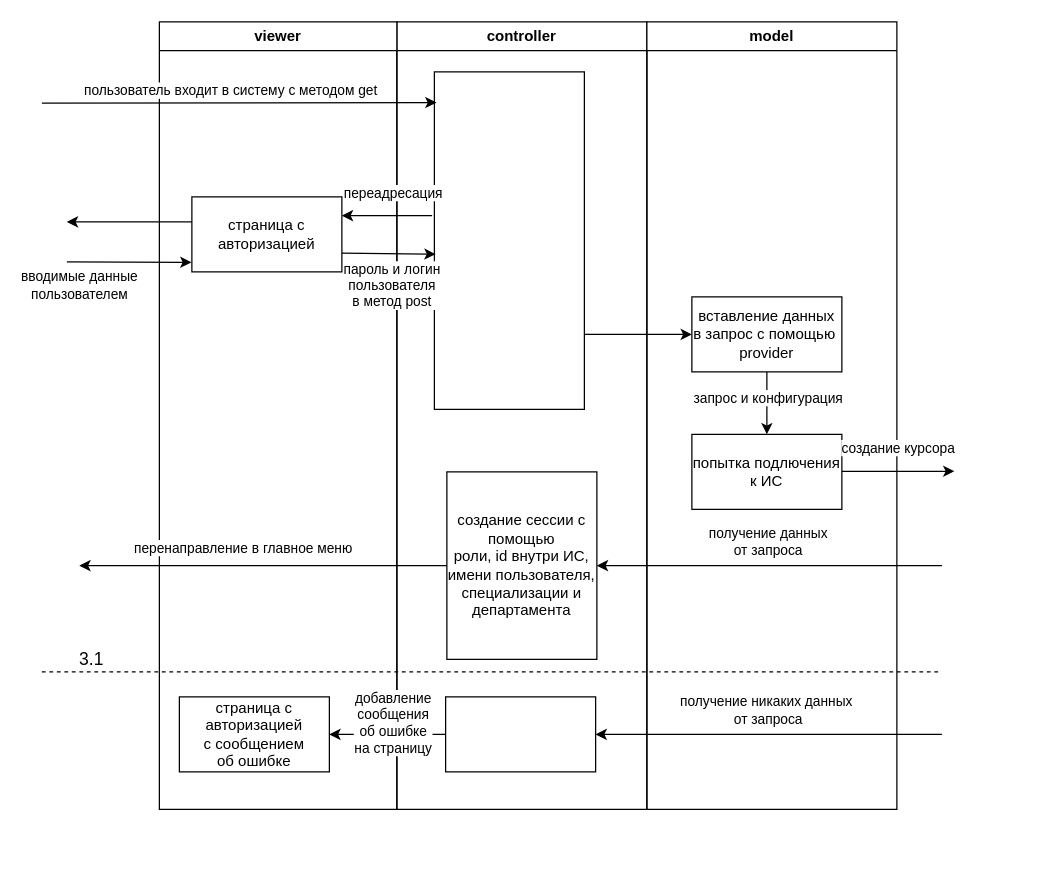
Before: мьс/авторизация.drawio in Kirpichikk/final_project, a draw.io diagram. Source tidied: cells renumbered, new cells numbered last; positions are measured from the earlier drawing's top-left corner, leaving out a move shared by most shapes. Both pictures are drawn from the tidied source at 125%, with x=0, y=0 at pixel (41, 21).
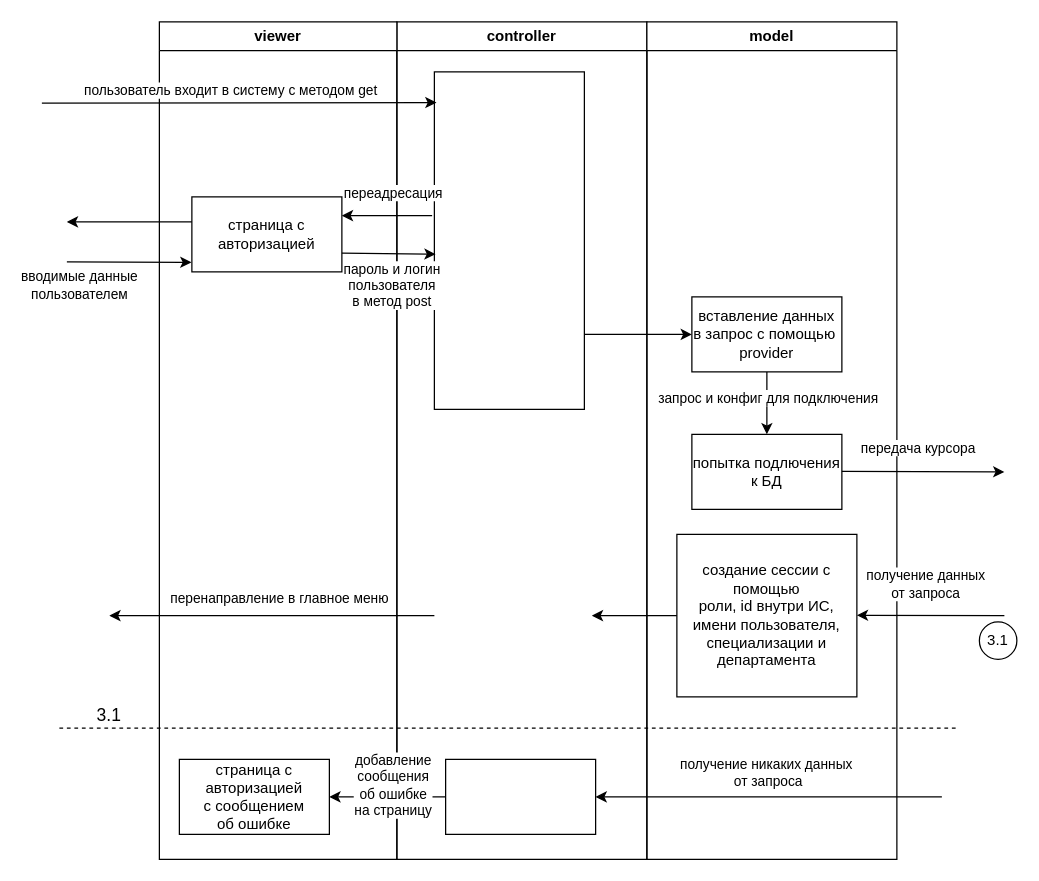
After the change.

Unchanged cells that the change refers to:
```xml
<mxCell id="22" style="endArrow=classic;html=1;rounded=0;exitX=0.5;exitY=1;exitDx=0;exitDy=0;" parent="19" edge="1" source="20" target="21">
  <mxGeometry relative="1" as="geometry" />
</mxCell>
```

What changed in the source:
```diff
@@
     <mxCell id="2" value="controller" style="swimlane;whiteSpace=wrap;html=1;" parent="1" vertex="1">
-      <mxGeometry x="284" width="200" height="630" as="geometry" />
+      <mxGeometry x="284" width="200" height="670" as="geometry" />
     </mxCell>
     <mxCell id="3" value="viewer" style="swimlane;whiteSpace=wrap;html=1;" parent="2" vertex="1">
-      <mxGeometry x="-190" width="190" height="630" as="geometry" />
+      <mxGeometry x="-190" width="190" height="670" as="geometry" />
     </mxCell>
@@
-    <mxCell id="6" value="страница с авторизацией&lt;br&gt;с сообщением&lt;br&gt;об ошибке" style="rounded=0;whiteSpace=wrap;html=1;" parent="3" vertex="1">
-      <mxGeometry x="16" y="540" width="120" height="60" as="geometry" />
-    </mxCell>
+    <mxCell id="34" style="endArrow=none;dashed=1;html=1;rounded=0;" parent="3" edge="1">
+      <mxGeometry relative="1" as="geometry">
+        <mxPoint x="-80" y="565" as="sourcePoint" />
+        <mxPoint x="640" y="565" as="targetPoint" />
+      </mxGeometry>
+    </mxCell>
+    <mxCell id="35" value="&lt;font style=&quot;font-size: 14px;&quot;&gt;3.1&lt;/font&gt;" style="text;html=1;align=center;verticalAlign=middle;whiteSpace=wrap;rounded=0;" parent="3" vertex="1">
+      <mxGeometry x="-70" y="540" width="60" height="30" as="geometry" />
+    </mxCell>
@@
-    <mxCell id="13" value="создание сессии с помощью&lt;br&gt;роли, id внутри ИС,&lt;br&gt;имени пользователя,&lt;br&gt;специализации и департамента" style="rounded=0;whiteSpace=wrap;html=1;" parent="2" vertex="1">
-      <mxGeometry x="40" y="360" width="120" height="150" as="geometry" />
-    </mxCell>
-    <mxCell id="14" style="rounded=0;whiteSpace=wrap;html=1;" parent="2" vertex="1">
-      <mxGeometry x="39" y="540" width="120" height="60" as="geometry" />
-    </mxCell>
     <mxCell id="15" style="endArrow=classic;html=1;rounded=0;entryX=1;entryY=0.5;entryDx=0;entryDy=0;" parent="2" edge="1" target="14">
       <mxGeometry relative="1" as="geometry">
-        <mxPoint x="436" y="570" as="sourcePoint" />
+        <mxPoint x="436" y="620" as="sourcePoint" />
       </mxGeometry>
     </mxCell>
@@
+    <mxCell id="14" style="rounded=0;whiteSpace=wrap;html=1;" parent="2" vertex="1">
+      <mxGeometry x="39" y="590" width="120" height="60" as="geometry" />
+    </mxCell>
@@
+    <mxCell id="6" value="страница с авторизацией&lt;br&gt;с сообщением&lt;br&gt;об ошибке" style="rounded=0;whiteSpace=wrap;html=1;" parent="2" vertex="1">
+      <mxGeometry x="-174" y="590" width="120" height="60" as="geometry" />
+    </mxCell>
+    <mxCell id="32" style="endArrow=classic;html=1;rounded=0;" parent="2" edge="1">
+      <mxGeometry relative="1" as="geometry">
+        <mxPoint x="30" y="475" as="sourcePoint" />
+        <mxPoint x="-230" y="475" as="targetPoint" />
+      </mxGeometry>
+    </mxCell>
+    <mxCell id="33" value="перенаправление в главное меню" style="edgeLabel;html=1;align=center;verticalAlign=middle;" parent="32" vertex="1">
+      <mxGeometry x="0.24" y="-1" relative="1" as="geometry">
+        <mxPoint x="36" y="-14" as="offset" />
+      </mxGeometry>
+    </mxCell>
     <mxCell id="19" value="model" style="swimlane;whiteSpace=wrap;html=1;" parent="1" vertex="1">
-      <mxGeometry x="484" width="200" height="630" as="geometry" />
+      <mxGeometry x="484" width="200" height="670" as="geometry" />
     </mxCell>
@@
-    <mxCell id="21" value="попытка подлючения&lt;br&gt;к ИС" style="rounded=0;whiteSpace=wrap;html=1;" parent="19" vertex="1">
+    <mxCell id="21" value="попытка подлючения&lt;br&gt;к БД" style="rounded=0;whiteSpace=wrap;html=1;" parent="19" vertex="1">
       <mxGeometry x="36" y="330" width="120" height="60" as="geometry" />
     </mxCell>
@@
-    <mxCell id="23" value="запрос и конфигурация" style="edgeLabel;html=1;align=center;verticalAlign=middle;" parent="22" vertex="1">
+    <mxCell id="23" value="запрос и конфиг для подключения" style="edgeLabel;html=1;align=center;verticalAlign=middle;" parent="22" vertex="1">
       <mxGeometry x="-0.13" relative="1" as="geometry">
         <mxPoint y="-2" as="offset" />
       </mxGeometry>
     </mxCell>
+    <mxCell id="13" value="создание сессии с помощью&lt;br&gt;роли, id внутри ИС,&lt;br&gt;имени пользователя,&lt;br&gt;специализации и департамента" style="rounded=0;whiteSpace=wrap;html=1;" parent="19" vertex="1">
+      <mxGeometry x="24" y="410" width="144" height="130" as="geometry" />
+    </mxCell>
@@
     <mxCell id="28" style="endArrow=classic;html=1;rounded=0;" parent="1" edge="1">
       <mxGeometry relative="1" as="geometry">
         <mxPoint x="640" y="359.5" as="sourcePoint" />
-        <mxPoint x="730" y="359.5" as="targetPoint" />
+        <mxPoint x="770" y="360" as="targetPoint" />
       </mxGeometry>
     </mxCell>
-    <mxCell id="29" value="создание курсора" style="edgeLabel;html=1;align=center;verticalAlign=middle;" parent="28" vertex="1">
+    <mxCell id="29" value="передача курсора" style="edgeLabel;html=1;align=center;verticalAlign=middle;" parent="28" vertex="1">
       <mxGeometry x="0.26" y="1" relative="1" as="geometry">
-        <mxPoint x="-13" y="-18" as="offset" />
+        <mxPoint x="-22" y="-18" as="offset" />
       </mxGeometry>
     </mxCell>
+    <mxCell id="36" value="3.1" style="ellipse;whiteSpace=wrap;html=1;" parent="1" vertex="1">
+      <mxGeometry x="750" y="480" width="30" height="30" as="geometry" />
+    </mxCell>
-    <mxCell id="30" style="endArrow=classic;html=1;rounded=0;entryX=1;entryY=0.5;entryDx=0;entryDy=0;" parent="1" edge="1" target="13">
+    <mxCell id="30" style="endArrow=classic;html=1;rounded=0;" parent="1" edge="1">
       <mxGeometry relative="1" as="geometry">
-        <mxPoint x="720" y="435" as="sourcePoint" />
+        <mxPoint x="770" y="475" as="sourcePoint" />
+        <mxPoint x="652" y="474.7" as="targetPoint" />
       </mxGeometry>
     </mxCell>
     <mxCell id="31" value="получение данных&lt;br&gt;от запроса" style="edgeLabel;html=1;align=center;verticalAlign=middle;" parent="30" vertex="1">
       <mxGeometry x="-0.4" y="-2" relative="1" as="geometry">
-        <mxPoint x="-57" y="-18" as="offset" />
+        <mxPoint x="-29" y="-23" as="offset" />
       </mxGeometry>
     </mxCell>
-    <mxCell id="32" style="endArrow=classic;html=1;rounded=0;exitX=0;exitY=0.5;exitDx=0;exitDy=0;" parent="1" edge="1" source="13">
-      <mxGeometry relative="1" as="geometry">
-        <mxPoint x="30" y="435" as="targetPoint" />
-      </mxGeometry>
-    </mxCell>
-    <mxCell id="33" value="перенаправление в главное меню" style="edgeLabel;html=1;align=center;verticalAlign=middle;" parent="32" vertex="1">
-      <mxGeometry x="0.24" y="-1" relative="1" as="geometry">
-        <mxPoint x="18" y="-14" as="offset" />
-      </mxGeometry>
-    </mxCell>
-    <mxCell id="34" style="endArrow=none;dashed=1;html=1;rounded=0;" parent="1" edge="1">
-      <mxGeometry relative="1" as="geometry">
-        <mxPoint y="520" as="sourcePoint" />
-        <mxPoint x="720" y="520" as="targetPoint" />
-      </mxGeometry>
-    </mxCell>
-    <mxCell id="35" value="&lt;font style=&quot;font-size: 14px;&quot;&gt;3.1&lt;/font&gt;" style="text;html=1;align=center;verticalAlign=middle;whiteSpace=wrap;rounded=0;" parent="1" vertex="1">
-      <mxGeometry x="10" y="495" width="60" height="30" as="geometry" />
-    </mxCell>
+    <mxCell id="37" style="endArrow=classic;html=1;rounded=0;exitX=0;exitY=0.5;exitDx=0;exitDy=0;" parent="1" edge="1" source="13">
+      <mxGeometry relative="1" as="geometry">
+        <mxPoint x="440" y="475" as="targetPoint" />
+      </mxGeometry>
+    </mxCell>
```
